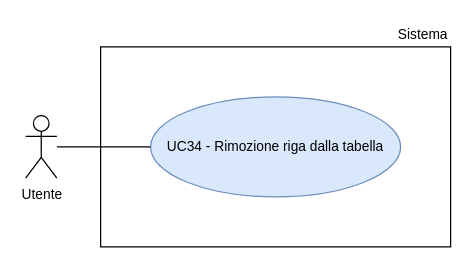
Above: RTB/doc_esterna/analisi-dei-requisiti/assets/draw.io/UC34.drawio in thebitless-group-swe/thebitless.github.io (draw.io), before the change. Source tidied: cells renumbered, new cells numbered last; positions are measured from the earlier drawing's top-left corner, leaving out a move shared by most shapes. Both pictures are drawn from the tidied source at 125%, with x=0, y=0 at pixel (25, 21).
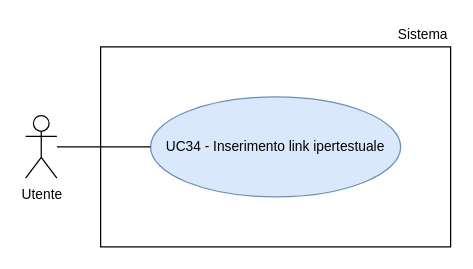
The same diagram, later.

Diff of the diagram source:
```diff
@@
 <mxGraphModel>
   <root>
     <mxCell id="0" />
     <mxCell id="1" parent="0" />
     <mxCell id="2" value="Utente" style="shape=umlActor;verticalLabelPosition=bottom;verticalAlign=top;html=1;outlineConnect=0;fontSize=11;" parent="1" vertex="1">
       <mxGeometry y="75" width="25" height="50" as="geometry" />
     </mxCell>
     <mxCell id="3" style="rounded=0;whiteSpace=wrap;html=1;strokeWidth=1;" parent="1" vertex="1">
       <mxGeometry x="60" y="20" width="280" height="160" as="geometry" />
     </mxCell>
     <mxCell id="4" value="Sistema" style="text;html=1;whiteSpace=wrap;strokeColor=none;fillColor=none;align=right;verticalAlign=middle;fontSize=11;" parent="1" vertex="1">
       <mxGeometry x="270" width="70" height="20" as="geometry" />
     </mxCell>
-    <mxCell id="5" value="UC34 - Rimozione riga dalla tabella" style="ellipse;whiteSpace=wrap;html=1;fillColor=#dae8fc;strokeColor=#6c8ebf;fontSize=11;" parent="1" vertex="1">
+    <mxCell id="5" value="UC34 - Inserimento link ipertestuale" style="ellipse;whiteSpace=wrap;html=1;fillColor=#dae8fc;strokeColor=#6c8ebf;fontSize=11;" parent="1" vertex="1">
       <mxGeometry x="100" y="60" width="200" height="80" as="geometry" />
     </mxCell>
     <mxCell id="6" style="edgeStyle=none;rounded=0;jettySize=auto;html=1;endArrow=none;endFill=0;" parent="1" edge="1" source="2" target="5">
       <mxGeometry relative="1" as="geometry" />
     </mxCell>
   </root>
 </mxGraphModel>
```
